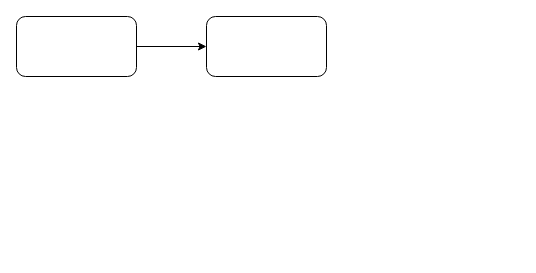
Before: page "SINIS" (1 of 5) of perpus digital.drawio in ExtraordinaryTeam/Book_Search, a draw.io diagram. Source tidied: cells renumbered, new cells numbered last; positions are measured from the earlier drawing's top-left corner, leaving out a move shared by most shapes. Both pictures are drawn from the tidied source at 100%, with x=0, y=0 at pixel (16, 16).
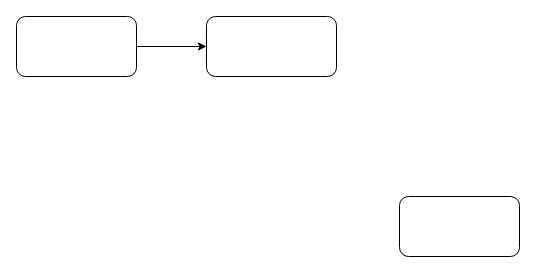
The same diagram, later.

The edit, as a diff of the source:
```diff
@@
 <mxGraphModel>
   <root>
     <mxCell id="0" />
     <mxCell id="1" parent="0" />
     <mxCell id="2" style="rounded=1;whiteSpace=wrap;html=1;" parent="1" vertex="1">
       <mxGeometry width="120" height="60" as="geometry" />
     </mxCell>
     <mxCell id="3" style="endArrow=classic;html=1;rounded=0;" parent="1" edge="1">
       <mxGeometry relative="1" as="geometry">
         <mxPoint x="120" y="30" as="sourcePoint" />
         <mxPoint x="190" y="30" as="targetPoint" />
       </mxGeometry>
     </mxCell>
     <mxCell id="4" style="rounded=1;whiteSpace=wrap;html=1;" parent="1" vertex="1">
-      <mxGeometry x="190" width="120" height="60" as="geometry" />
+      <mxGeometry x="190" width="130" height="60" as="geometry" />
     </mxCell>
+    <mxCell id="5" style="rounded=1;whiteSpace=wrap;html=1;" parent="1" vertex="1">
+      <mxGeometry x="383" y="180" width="120" height="60" as="geometry" />
+    </mxCell>
   </root>
 </mxGraphModel>
```
